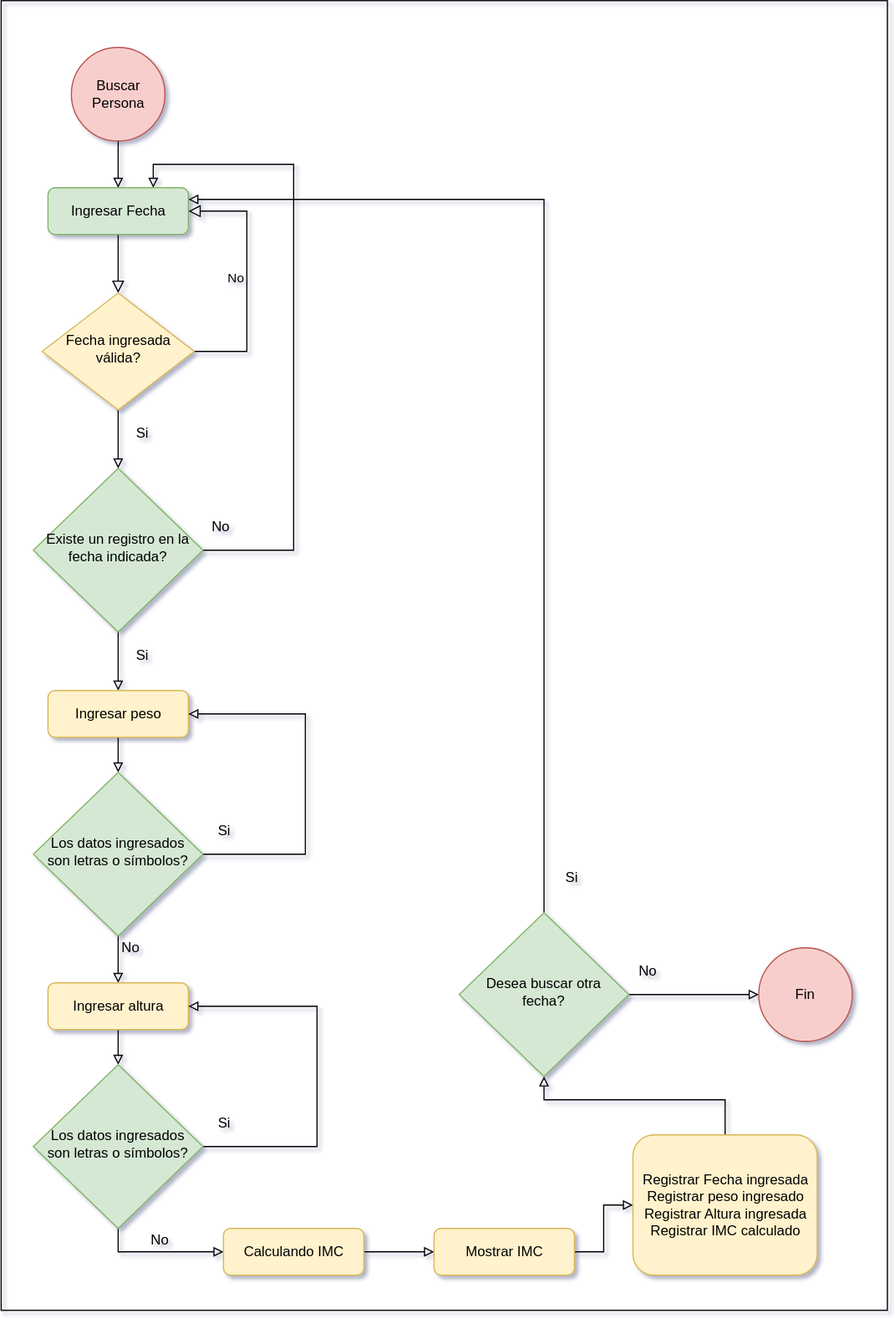
Above: Diagramas/DiagFlujoBuscarPersona.svg in MaxIbanez/Taller1P1_MI_JC (draw.io), before the change. Source tidied: cells renumbered, new cells last; positions are measured from the earlier drawing's top-left corner, leaving out a move shared by most shapes.
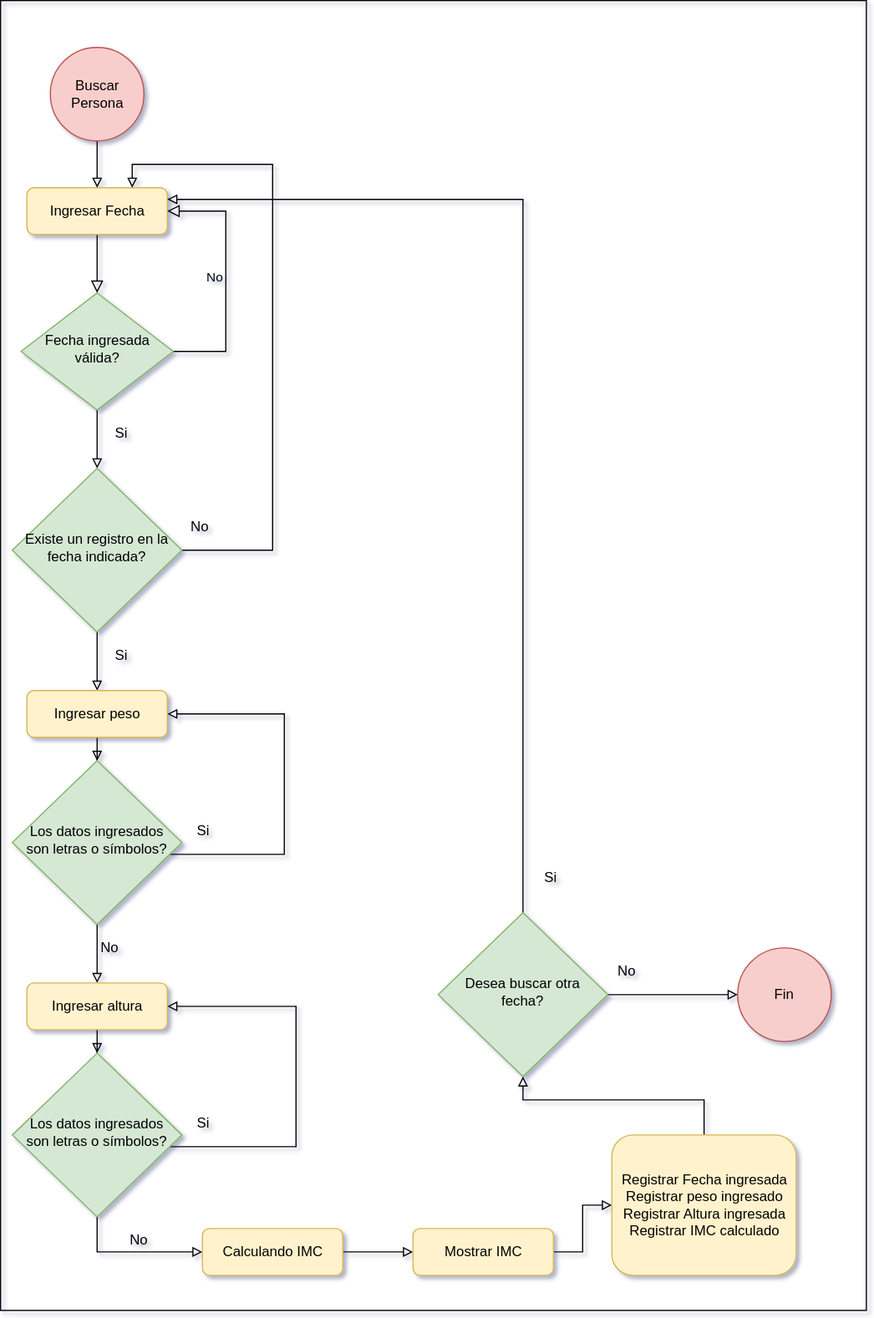
The same diagram one commit later.

The edit, as a diff of the source:
```diff
@@ -5,7 +5,7 @@
     <mxCell id="2" style="rounded=0;html=1;jettySize=auto;fontSize=11;endArrow=block;endFill=0;endSize=8;strokeWidth=1;shadow=0;labelBackgroundColor=none;edgeStyle=orthogonalEdgeStyle;" parent="1" edge="1" source="3" target="6">
       <mxGeometry relative="1" as="geometry" />
     </mxCell>
-    <mxCell id="3" value="Ingresar Fecha" style="rounded=1;whiteSpace=wrap;html=1;fontSize=12;glass=0;strokeWidth=1;shadow=0;fillColor=#d5e8d4;strokeColor=#82b366;" parent="1" vertex="1">
+    <mxCell id="3" value="Ingresar Fecha" style="rounded=1;whiteSpace=wrap;html=1;fontSize=12;glass=0;strokeWidth=1;shadow=0;fillColor=#fff2cc;strokeColor=#d6b656;" parent="1" vertex="1">
       <mxGeometry x="40.5" y="160" width="120" height="40" as="geometry" />
     </mxCell>
     <mxCell id="4" value="No" style="edgeStyle=orthogonalEdgeStyle;rounded=0;html=1;jettySize=auto;fontSize=11;endArrow=block;endFill=0;endSize=8;strokeWidth=1;shadow=0;labelBackgroundColor=none;entryX=1;entryY=0.5;entryDx=0;entryDy=0;" parent="1" edge="1" source="6" target="3">
@@ -19,7 +19,7 @@
     <mxCell id="5" style="edgeStyle=orthogonalEdgeStyle;rounded=0;jettySize=auto;html=1;endArrow=block;endFill=0;" parent="1" edge="1" source="6" target="9">
       <mxGeometry relative="1" as="geometry" />
     </mxCell>
-    <mxCell id="6" value="Fecha ingresada válida?" style="rhombus;whiteSpace=wrap;html=1;shadow=0;fontFamily=Helvetica;fontSize=12;align=center;strokeWidth=1;spacing=6;spacingTop=-4;fillColor=#fff2cc;strokeColor=#d6b656;" parent="1" vertex="1">
+    <mxCell id="6" value="Fecha ingresada válida?" style="rhombus;whiteSpace=wrap;html=1;shadow=0;fontFamily=Helvetica;fontSize=12;align=center;strokeWidth=1;spacing=6;spacingTop=-4;fillColor=#d5e8d4;strokeColor=#82b366;" parent="1" vertex="1">
       <mxGeometry x="35.5" y="250" width="130" height="100" as="geometry" />
     </mxCell>
     <mxCell id="7" style="edgeStyle=orthogonalEdgeStyle;rounded=0;jettySize=auto;html=1;entryX=0.75;entryY=0;entryDx=0;entryDy=0;endArrow=block;endFill=0;" parent="1" edge="1" source="9" target="3">
@@ -64,7 +64,7 @@
       <mxGeometry relative="1" as="geometry" />
     </mxCell>
     <mxCell id="17" value="Los datos ingresados son letras o símbolos?" style="rhombus;whiteSpace=wrap;html=1;shadow=0;fontFamily=Helvetica;fontSize=12;align=center;strokeWidth=1;spacing=6;spacingTop=-4;fillColor=#d5e8d4;strokeColor=#82b366;" parent="1" vertex="1">
-      <mxGeometry x="28" y="660" width="145" height="140" as="geometry" />
+      <mxGeometry x="28" y="650" width="145" height="140" as="geometry" />
     </mxCell>
     <mxCell id="18" value="Si" style="text;html=1;align=center;verticalAlign=middle;" parent="1" vertex="1">
       <mxGeometry x="175.5" y="700" width="30" height="20" as="geometry" />
@@ -91,7 +91,7 @@
       </mxGeometry>
     </mxCell>
     <mxCell id="23" value="Los datos ingresados son letras o símbolos?" style="rhombus;whiteSpace=wrap;html=1;shadow=0;fontFamily=Helvetica;fontSize=12;align=center;strokeWidth=1;spacing=6;spacingTop=-4;fillColor=#d5e8d4;strokeColor=#82b366;" parent="1" vertex="1">
-      <mxGeometry x="28" y="910" width="145" height="140" as="geometry" />
+      <mxGeometry x="28" y="900" width="145" height="140" as="geometry" />
     </mxCell>
     <mxCell id="24" value="No" style="text;html=1;align=center;verticalAlign=middle;" parent="1" vertex="1">
       <mxGeometry x="95.5" y="800" width="30" height="20" as="geometry" />
@@ -154,7 +154,7 @@
       <mxGeometry x="538" y="820" width="30" height="20" as="geometry" />
     </mxCell>
     <mxCell id="41" style="rounded=0;whiteSpace=wrap;html=1;fillColor=none;" parent="1" vertex="1">
-      <mxGeometry x="0.5" width="757.5" height="1120" as="geometry" />
+      <mxGeometry x="18" width="740" height="1120" as="geometry" />
     </mxCell>
   </root>
 </mxGraphModel>
```
